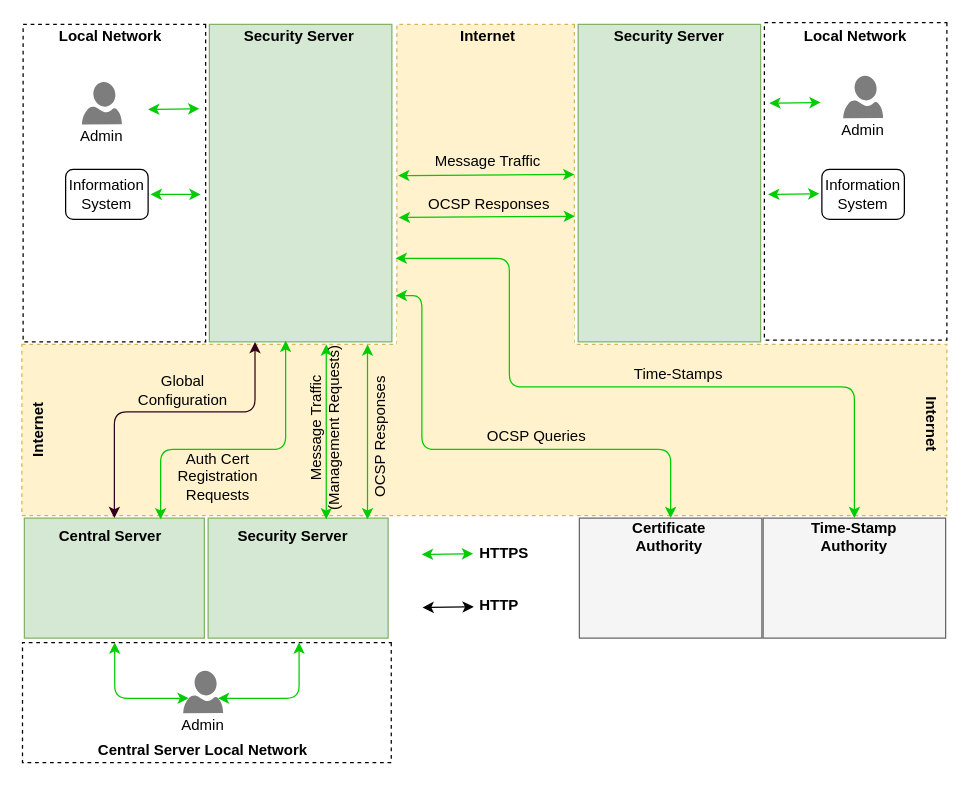
Above: doc/Architecture/img/arc-sec_x-road_security_architecture_diagram.drawio in nordic-institute/X-Road (draw.io), before the change. Source tidied: cells renumbered, new cells numbered last; positions are measured from the earlier drawing's top-left corner, leaving out a move shared by most shapes. Both pictures are drawn from the tidied source at 125%, with x=0, y=0 at pixel (-45, 24).
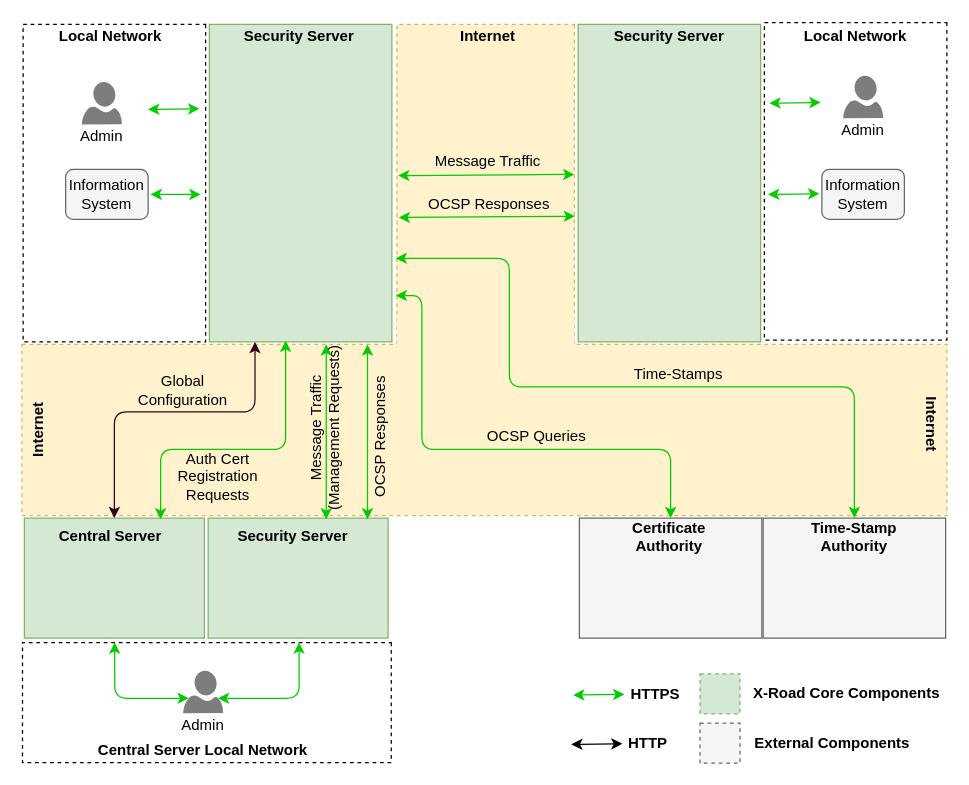
After the change.

Commit message (it also covers changes not shown here):
XRDDEV-476 Update diagram 1

Change to the diagram source:
```diff
@@
-    <mxCell id="9" value="Information System" style="rounded=1;whiteSpace=wrap;html=1;glass=0;strokeColor=#000000;fillColor=none;gradientColor=none;" parent="1" vertex="1">
+    <mxCell id="9" value="Information System" style="rounded=1;whiteSpace=wrap;html=1;glass=0;strokeColor=#666666;fillColor=#f5f5f5;gradientColor=none;" parent="1" vertex="1">
       <mxGeometry x="88" y="116" width="66" height="40" as="geometry" />
     </mxCell>
@@
-    <mxCell id="20" value="Information System" style="rounded=1;whiteSpace=wrap;html=1;glass=0;strokeColor=#000000;fillColor=none;gradientColor=none;" parent="1" vertex="1">
+    <mxCell id="20" value="Information System" style="rounded=1;whiteSpace=wrap;html=1;glass=0;strokeColor=#666666;fillColor=#f5f5f5;gradientColor=none;" parent="1" vertex="1">
       <mxGeometry x="693" y="116" width="66" height="40" as="geometry" />
     </mxCell>
@@
     <mxCell id="52" style="endArrow=classic;startArrow=classic;html=1;fillColor=#d5e8d4;strokeColor=#00CC00;" parent="1" edge="1">
       <mxGeometry relative="1" as="geometry">
-        <mxPoint x="373" y="424" as="sourcePoint" />
-        <mxPoint x="414" y="423.5" as="targetPoint" />
+        <mxPoint x="494" y="536.5" as="sourcePoint" />
+        <mxPoint x="535" y="536" as="targetPoint" />
       </mxGeometry>
     </mxCell>
     <mxCell id="53" style="endArrow=classic;startArrow=classic;html=1;fillColor=#d5e8d4;strokeColor=#000000;" parent="1" edge="1">
       <mxGeometry relative="1" as="geometry">
-        <mxPoint x="373.5" y="466.5" as="sourcePoint" />
-        <mxPoint x="414.5" y="466" as="targetPoint" />
+        <mxPoint x="492.5" y="576" as="sourcePoint" />
+        <mxPoint x="533.5" y="575.5" as="targetPoint" />
       </mxGeometry>
     </mxCell>
     <mxCell id="54" value="HTTPS" style="text;html=1;strokeColor=none;fillColor=none;align=center;verticalAlign=middle;whiteSpace=wrap;rounded=0;glass=0;fontStyle=1;" parent="1" vertex="1">
-      <mxGeometry x="413.5" y="413" width="50" height="20" as="geometry" />
+      <mxGeometry x="534.5" y="525.5" width="50" height="20" as="geometry" />
     </mxCell>
     <mxCell id="55" value="HTTP" style="text;html=1;strokeColor=none;fillColor=none;align=center;verticalAlign=middle;whiteSpace=wrap;rounded=0;glass=0;fontStyle=1;" parent="1" vertex="1">
-      <mxGeometry x="409.5" y="455" width="50" height="20" as="geometry" />
+      <mxGeometry x="528.5" y="564.5" width="50" height="20" as="geometry" />
     </mxCell>
@@
+    <mxCell id="61" style="whiteSpace=wrap;html=1;glass=0;dashed=1;strokeColor=#82b366;fillColor=#d5e8d4;gradientColor=none;" parent="1" vertex="1">
+      <mxGeometry x="595.5" y="519.5" width="32" height="32" as="geometry" />
+    </mxCell>
+    <mxCell id="62" style="whiteSpace=wrap;html=1;glass=0;dashed=1;strokeColor=#666666;fillColor=#f5f5f5;gradientColor=none;" parent="1" vertex="1">
+      <mxGeometry x="595.5" y="559" width="32" height="32" as="geometry" />
+    </mxCell>
+    <mxCell id="63" value="X-Road Core Components" style="text;html=1;strokeColor=none;fillColor=none;align=center;verticalAlign=middle;whiteSpace=wrap;rounded=0;glass=0;fontStyle=1;" parent="1" vertex="1">
+      <mxGeometry x="635.5" y="524.5" width="154" height="20" as="geometry" />
+    </mxCell>
+    <mxCell id="64" value="External Components" style="text;html=1;strokeColor=none;fillColor=none;align=center;verticalAlign=middle;whiteSpace=wrap;rounded=0;glass=0;fontStyle=1;" parent="1" vertex="1">
+      <mxGeometry x="633.5" y="564.5" width="135" height="20" as="geometry" />
+    </mxCell>
```
